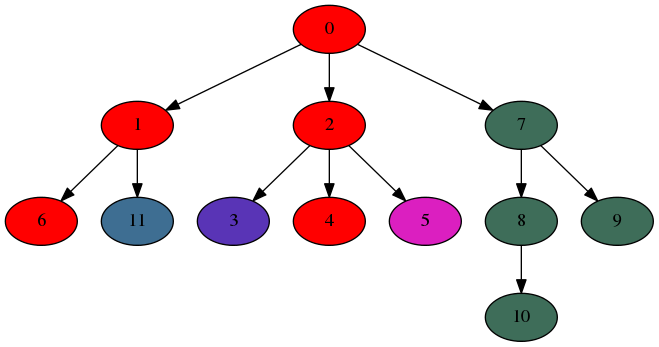
Earlier version of the Graphviz export fitch_res.png (MenshovSergey/Fitch). Its source is kept beside it as fitch_res.dot.
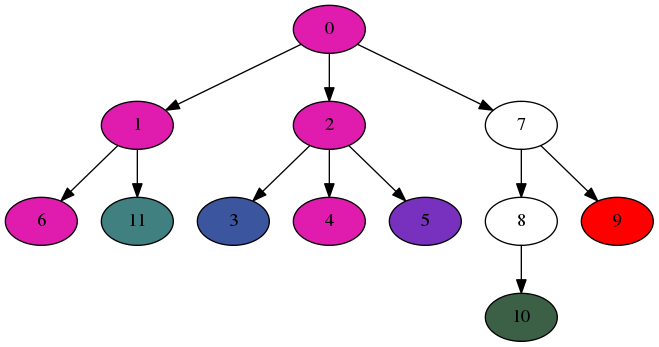
After the change.

The edit, as a diff of the source:
```diff
@@ -1,25 +1,23 @@
 digraph fitch_res{
-0 [style=filled,fillcolor="1.0 1.0 1.0"]
+0 [style=filled,fillcolor="0.875 0.875 0.875"]
 0->1;
-1 [style=filled,fillcolor="1.0 1.0 1.0"]
+1 [style=filled,fillcolor="0.875 0.875 0.875"]
 1->6;
-6 [style=filled,fillcolor="1.0 1.0 1.0"]
+6 [style=filled,fillcolor="0.875 0.875 0.875"]
 1->11;
-11 [style=filled,fillcolor="0.5714285714285714 0.5714285714285714 0.5714285714285714"]
+11 [style=filled,fillcolor="0.5 0.5 0.5"]
 0->2;
-2 [style=filled,fillcolor="1.0 1.0 1.0"]
+2 [style=filled,fillcolor="0.875 0.875 0.875"]
 2->3;
-3 [style=filled,fillcolor="0.7142857142857143 0.7142857142857143 0.7142857142857143"]
+3 [style=filled,fillcolor="0.625 0.625 0.625"]
 2->4;
-4 [style=filled,fillcolor="1.0 1.0 1.0"]
+4 [style=filled,fillcolor="0.875 0.875 0.875"]
 2->5;
-5 [style=filled,fillcolor="0.8571428571428571 0.8571428571428571 0.8571428571428571"]
+5 [style=filled,fillcolor="0.75 0.75 0.75"]
 0->7;
-7 [style=filled,fillcolor="0.42857142857142855 0.42857142857142855 0.42857142857142855"]
 7->8;
-8 [style=filled,fillcolor="0.42857142857142855 0.42857142857142855 0.42857142857142855"]
 8->10;
-10 [style=filled,fillcolor="0.42857142857142855 0.42857142857142855 0.42857142857142855"]
+10 [style=filled,fillcolor="0.375 0.375 0.375"]
 7->9;
-9 [style=filled,fillcolor="0.42857142857142855 0.42857142857142855 0.42857142857142855"]
+9 [style=filled,fillcolor="1.0 1.0 1.0"]
 }
```
